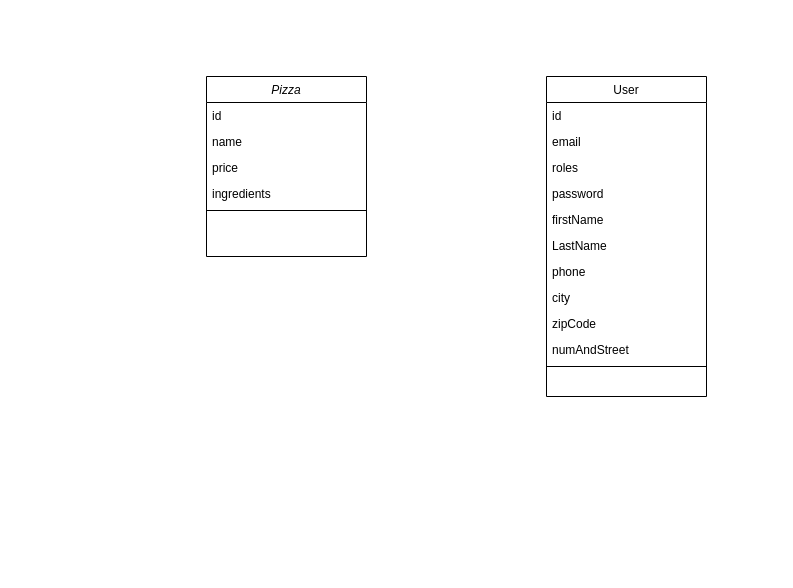
Earlier version of the draw.io diagram doc/UML/UML-ClassDiagram-PizzaShop.drawio (jose94752/FormationSymfonyProjetPizzaShop). Source tidied: cells renumbered, new cells numbered last; positions are measured from the earlier drawing's top-left corner, leaving out a move shared by most shapes. Both pictures are drawn from the tidied source at 100%, with x=0, y=0 at pixel (206, 76).
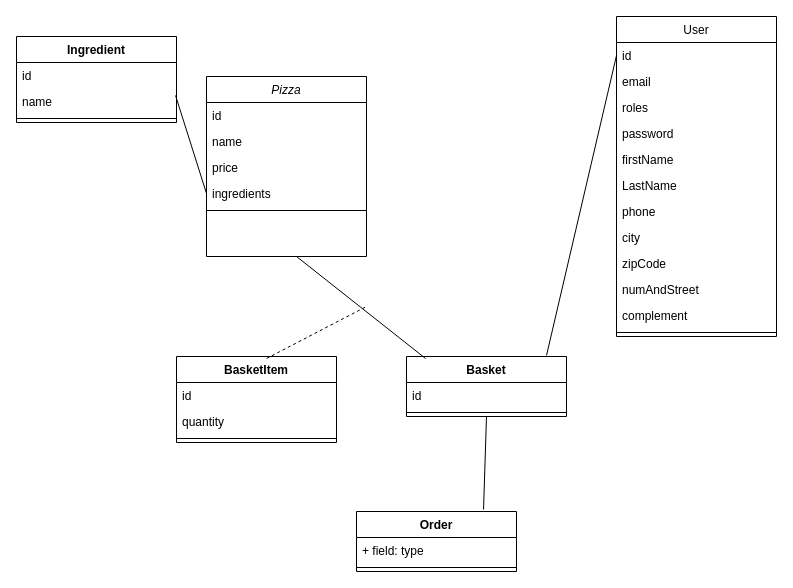
After the change.

The change refers to these unchanged cells:
```xml
<mxCell id="6" value="ingredients" style="text;align=left;verticalAlign=top;spacingLeft=4;spacingRight=4;overflow=hidden;points=[[0,0.5],[1,0.5]];portConstraint=eastwest;" parent="2" vertex="1">
  <mxGeometry y="104" width="160" height="26" as="geometry" />
</mxCell>
<mxCell id="9" value="id" style="text;align=left;verticalAlign=top;spacingLeft=4;spacingRight=4;overflow=hidden;points=[[0,0.5],[1,0.5]];portConstraint=eastwest;" parent="8" vertex="1">
  <mxGeometry y="26" width="160" height="26" as="geometry" />
</mxCell>
```

The edit, as a diff of the source:
```diff
@@
     <mxCell id="8" value="User" style="swimlane;fontStyle=0;align=center;verticalAlign=top;horizontal=1;startSize=26;rounded=0;shadow=0;strokeWidth=1;" parent="1" vertex="1">
-      <mxGeometry x="340" width="160" height="320" as="geometry" />
+      <mxGeometry x="410" y="-60" width="160" height="320" as="geometry" />
     </mxCell>
@@
+    <mxCell id="20" value="complement" style="text;align=left;verticalAlign=top;spacingLeft=4;spacingRight=4;overflow=hidden;" parent="8" vertex="1">
+      <mxGeometry y="286" width="160" height="26" as="geometry" />
+    </mxCell>
     <mxCell id="19" style="line;html=1;strokeWidth=1;align=left;verticalAlign=middle;spacingTop=-1;spacingLeft=3;spacingRight=3;labelPosition=right;" parent="8" vertex="1">
-      <mxGeometry y="286" width="160" height="8" as="geometry" />
+      <mxGeometry y="312" width="160" height="8" as="geometry" />
     </mxCell>
+    <mxCell id="21" value="Ingredient" style="swimlane;fontStyle=1;align=center;verticalAlign=top;horizontal=1;startSize=26;" parent="1" vertex="1">
+      <mxGeometry x="-190" y="-40" width="160" height="86" as="geometry" />
+    </mxCell>
+    <mxCell id="22" value="id" style="text;strokeColor=none;fillColor=none;align=left;verticalAlign=top;spacingLeft=4;spacingRight=4;overflow=hidden;" parent="21" vertex="1">
+      <mxGeometry y="26" width="160" height="26" as="geometry" />
+    </mxCell>
+    <mxCell id="23" value="name" style="text;strokeColor=none;fillColor=none;align=left;verticalAlign=top;spacingLeft=4;spacingRight=4;overflow=hidden;points=[[0,0.5],[1,0.5]];portConstraint=eastwest;" parent="21" vertex="1">
+      <mxGeometry y="52" width="160" height="26" as="geometry" />
+    </mxCell>
+    <mxCell id="24" style="line;strokeWidth=1;fillColor=none;align=left;verticalAlign=middle;spacingTop=-1;spacingLeft=3;spacingRight=3;labelPosition=right;" parent="21" vertex="1">
+      <mxGeometry y="78" width="160" height="8" as="geometry" />
+    </mxCell>
+    <mxCell id="25" value="Order" style="swimlane;fontStyle=1;align=center;verticalAlign=top;horizontal=1;startSize=26;" parent="1" vertex="1">
+      <mxGeometry x="150" y="435" width="160" height="60" as="geometry" />
+    </mxCell>
+    <mxCell id="26" value="+ field: type" style="text;strokeColor=none;fillColor=none;align=left;verticalAlign=top;spacingLeft=4;spacingRight=4;overflow=hidden;" parent="25" vertex="1">
+      <mxGeometry y="26" width="160" height="26" as="geometry" />
+    </mxCell>
+    <mxCell id="27" style="line;strokeWidth=1;fillColor=none;align=left;verticalAlign=middle;spacingTop=-1;spacingLeft=3;spacingRight=3;labelPosition=right;" parent="25" vertex="1">
+      <mxGeometry y="52" width="160" height="8" as="geometry" />
+    </mxCell>
+    <mxCell id="28" value="Basket" style="swimlane;fontStyle=1;align=center;verticalAlign=top;horizontal=1;startSize=26;" parent="1" vertex="1">
+      <mxGeometry x="200" y="280" width="160" height="60" as="geometry" />
+    </mxCell>
+    <mxCell id="29" value="id" style="text;strokeColor=none;fillColor=none;align=left;verticalAlign=top;spacingLeft=4;spacingRight=4;overflow=hidden;" parent="28" vertex="1">
+      <mxGeometry y="26" width="160" height="26" as="geometry" />
+    </mxCell>
+    <mxCell id="30" style="line;strokeWidth=1;fillColor=none;align=left;verticalAlign=middle;spacingTop=-1;spacingLeft=3;spacingRight=3;labelPosition=right;" parent="28" vertex="1">
+      <mxGeometry y="52" width="160" height="8" as="geometry" />
+    </mxCell>
+    <mxCell id="31" value="BasketItem" style="swimlane;fontStyle=1;align=center;verticalAlign=top;horizontal=1;startSize=26;" parent="1" vertex="1">
+      <mxGeometry x="-30" y="280" width="160" height="86" as="geometry" />
+    </mxCell>
+    <mxCell id="32" value="id" style="text;strokeColor=none;fillColor=none;align=left;verticalAlign=top;spacingLeft=4;spacingRight=4;overflow=hidden;" parent="31" vertex="1">
+      <mxGeometry y="26" width="160" height="26" as="geometry" />
+    </mxCell>
+    <mxCell id="33" value="quantity" style="text;strokeColor=none;fillColor=none;align=left;verticalAlign=top;spacingLeft=4;spacingRight=4;overflow=hidden;" parent="31" vertex="1">
+      <mxGeometry y="52" width="160" height="26" as="geometry" />
+    </mxCell>
+    <mxCell id="34" style="line;strokeWidth=1;fillColor=none;align=left;verticalAlign=middle;spacingTop=-1;spacingLeft=3;spacingRight=3;labelPosition=right;" parent="31" vertex="1">
+      <mxGeometry y="78" width="160" height="8" as="geometry" />
+    </mxCell>
+    <mxCell id="35" style="endArrow=none;html=1;rounded=0;entryX=0;entryY=0.5;entryDx=0;entryDy=0;exitX=0.875;exitY=-0.017;exitDx=0;exitDy=0;exitPerimeter=0;" parent="1" edge="1" source="28" target="9">
+      <mxGeometry relative="1" as="geometry" />
+    </mxCell>
+    <mxCell id="36" style="endArrow=none;html=1;rounded=0;exitX=0.119;exitY=0.033;exitDx=0;exitDy=0;exitPerimeter=0;" parent="1" edge="1" source="28">
+      <mxGeometry relative="1" as="geometry">
+        <mxPoint x="90" y="180" as="targetPoint" />
+      </mxGeometry>
+    </mxCell>
+    <mxCell id="37" style="endArrow=none;html=1;rounded=0;entryX=0;entryY=0.5;entryDx=0;entryDy=0;exitX=0.994;exitY=0.269;exitDx=0;exitDy=0;exitPerimeter=0;" parent="1" edge="1" source="23" target="6">
+      <mxGeometry relative="1" as="geometry" />
+    </mxCell>
+    <mxCell id="38" style="endArrow=none;dashed=1;html=1;rounded=0;exitX=0.563;exitY=0.023;exitDx=0;exitDy=0;exitPerimeter=0;" parent="1" edge="1" source="31">
+      <mxGeometry relative="1" as="geometry">
+        <mxPoint x="160" y="230" as="targetPoint" />
+      </mxGeometry>
+    </mxCell>
+    <mxCell id="39" style="endArrow=none;html=1;rounded=0;entryX=0.5;entryY=1;entryDx=0;entryDy=0;exitX=0.794;exitY=-0.033;exitDx=0;exitDy=0;exitPerimeter=0;" parent="1" edge="1" source="25" target="28">
+      <mxGeometry relative="1" as="geometry" />
+    </mxCell>
```
